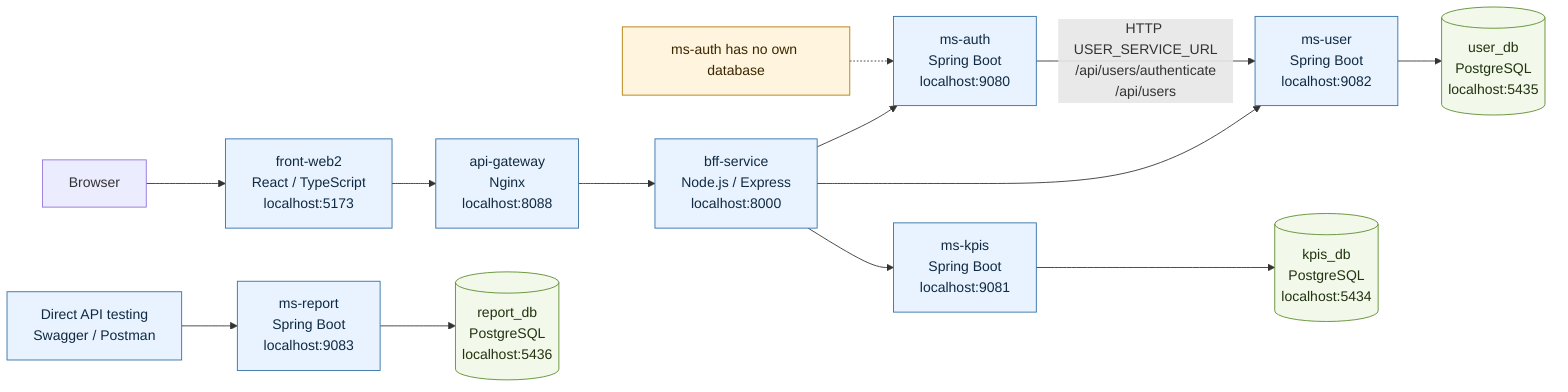
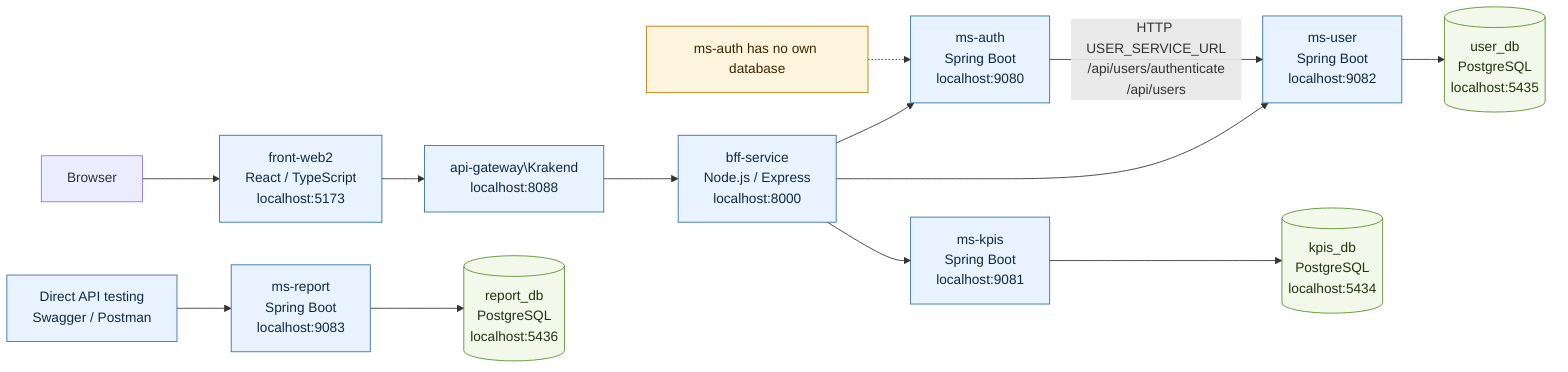
flowchart LR
  Browser["Browser"] --> Frontend["front-web2\nReact / TypeScript\nlocalhost:5173"]
-   Frontend --> Gateway["api-gateway\nNginx\nlocalhost:8088"]
+   Frontend --> Gateway["api-gateway\Krakend\nlocalhost:8088"]
  Gateway --> BFF["bff-service\nNode.js / Express\nlocalhost:8000"]

  BFF --> Auth["ms-auth\nSpring Boot\nlocalhost:9080"]
  BFF --> User["ms-user\nSpring Boot\nlocalhost:9082"]
  BFF --> Kpis["ms-kpis\nSpring Boot\nlocalhost:9081"]
  DirectClient["Direct API testing\nSwagger / Postman"] --> Report["ms-report\nSpring Boot\nlocalhost:9083"]

  Auth -->|"HTTP USER_SERVICE_URL\n/api/users/authenticate\n/api/users"| User

  User --> UserDb[("user_db\nPostgreSQL\nlocalhost:5435")]
  Kpis --> KpisDb[("kpis_db\nPostgreSQL\nlocalhost:5434")]
  Report --> ReportDb[("report_db\nPostgreSQL\nlocalhost:5436")]

  AuthNoDb["ms-auth has no own database"] -.-> Auth

  classDef service fill:#e8f3ff,stroke:#2f6ea5,color:#102a43
  classDef database fill:#f2f8ea,stroke:#5b8c2a,color:#22330f
  classDef note fill:#fff4dd,stroke:#b37b00,color:#3b2600

  class Frontend,Gateway,BFF,Auth,User,Kpis,Report,DirectClient service
  class UserDb,KpisDb,ReportDb database
  class AuthNoDb note
